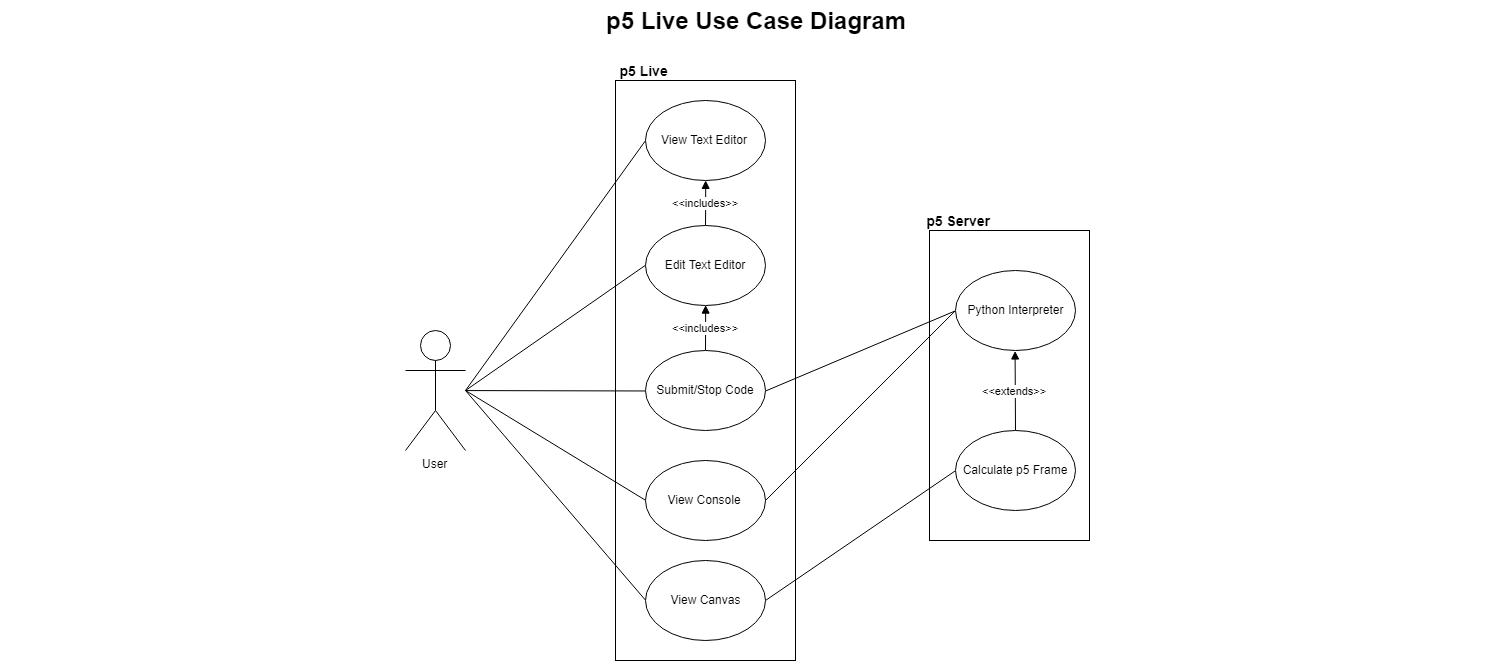
This is docs/Use Case/Use Case Diagram.png from kevhardy/3354-p5Live, a draw.io export, as it was before one commit. Source tidied: cells renumbered, new cells last; positions are measured from the earlier drawing's top-left corner, leaving out a move shared by most shapes.
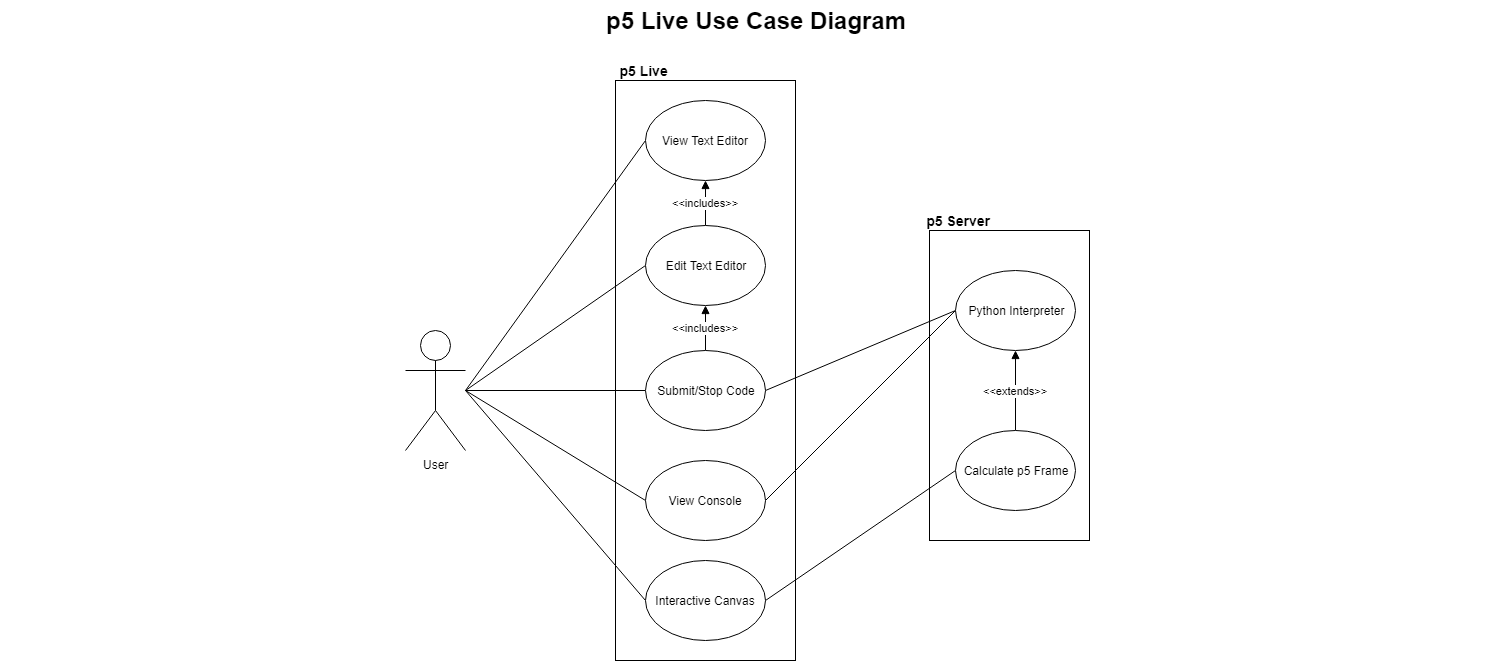
Later version of the same file.

Commit message:
Updated use case diagram canvas element

What changed in the source:
```diff
@@ -49,7 +49,7 @@
     <mxCell id="14" style="edgeStyle=none;rounded=0;jettySize=auto;html=1;entryX=0;entryY=0.5;entryDx=0;entryDy=0;endArrow=none;endFill=0;exitX=1;exitY=0.5;exitDx=0;exitDy=0;" parent="1" edge="1" source="15" target="23">
       <mxGeometry relative="1" as="geometry" />
     </mxCell>
-    <mxCell id="15" value="View Canvas" style="ellipse;whiteSpace=wrap;html=1;" parent="1" vertex="1">
+    <mxCell id="15" value="Interactive Canvas" style="ellipse;whiteSpace=wrap;html=1;" parent="1" vertex="1">
       <mxGeometry x="644" y="560" width="120" height="80" as="geometry" />
     </mxCell>
     <mxCell id="16" value="&amp;lt;&amp;lt;includes&amp;gt;&amp;gt;" style="edgeStyle=orthogonalEdgeStyle;rounded=0;jettySize=auto;html=1;entryX=0.5;entryY=1;entryDx=0;entryDy=0;endArrow=block;endFill=1;" parent="1" edge="1" source="17" target="11">
```
